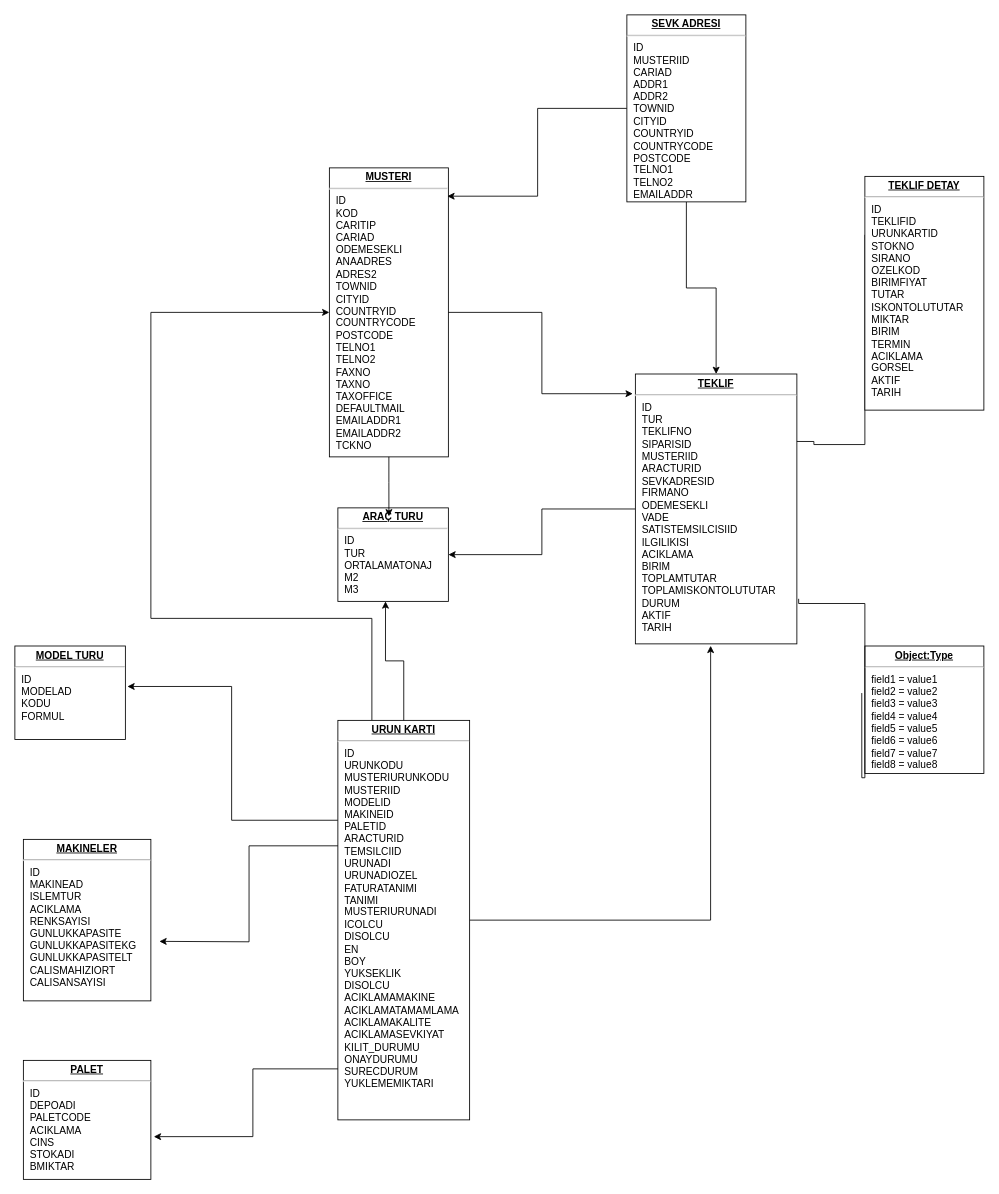
Above: produck_Diagram.drawio in kaya2m/proDuck_ERP (draw.io), before the change. Source tidied: cells renumbered, new cells numbered last; positions are measured from the earlier drawing's top-left corner, leaving out a move shared by most shapes. Both pictures are drawn from the tidied source at 85%, with x=0, y=0 at pixel (14, 14).
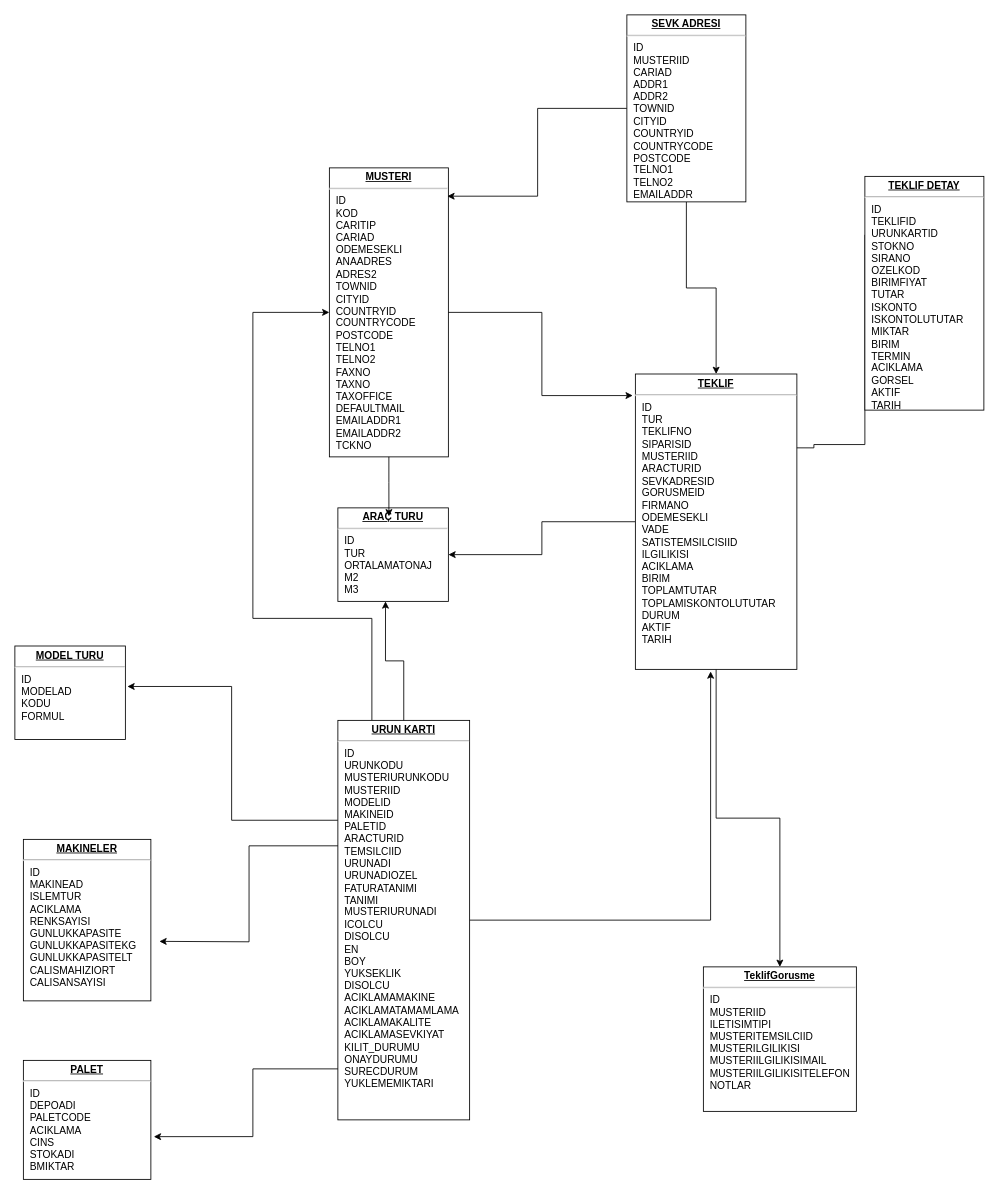
The same diagram, later.

The change refers to these unchanged cells:
```xml
<mxCell id="7" value="&lt;p style=&quot;margin: 0px ; margin-top: 4px ; text-align: center ; text-decoration: underline&quot;&gt;&lt;b&gt;MUSTERI&lt;/b&gt;&lt;/p&gt;&lt;hr&gt;&lt;p style=&quot;margin: 0px ; margin-left: 8px&quot;&gt;ID&lt;br&gt;KOD&lt;br&gt;CARITIP&lt;/p&gt;&lt;p style=&quot;margin: 0px ; margin-left: 8px&quot;&gt;CARIAD&lt;/p&gt;&lt;p style=&quot;margin: 0px ; margin-left: 8px&quot;&gt;ODEMESEKLI&lt;br&gt;&lt;/p&gt;&lt;p style=&quot;margin: 0px ; margin-left: 8px&quot;&gt;ANAADRES&lt;br&gt;&lt;/p&gt;&lt;p style=&quot;margin: 0px ; margin-left: 8px&quot;&gt;ADRES2&lt;br&gt;&lt;/p&gt;&lt;p style=&quot;margin: 0px ; margin-left: 8px&quot;&gt;TOWNID&lt;/p&gt;&lt;p style=&quot;margin: 0px ; margin-left: 8px&quot;&gt;CITYID&lt;/p&gt;&lt;p style=&quot;margin: 0px ; margin-left: 8px&quot;&gt;COUNTRYID&lt;/p&gt;&lt;p style=&quot;margin: 0px ; margin-left: 8px&quot;&gt;COUNTRYCODE&lt;/p&gt;&lt;p style=&quot;margin: 0px ; margin-left: 8px&quot;&gt;POSTCODE&lt;/p&gt;&lt;p style=&quot;margin: 0px ; margin-left: 8px&quot;&gt;TELNO1&lt;/p&gt;&lt;p style=&quot;margin: 0px ; margin-left: 8px&quot;&gt;TELNO2&lt;/p&gt;&lt;p style=&quot;margin: 0px ; margin-left: 8px&quot;&gt;FAXNO&lt;/p&gt;&lt;p style=&quot;margin: 0px ; margin-left: 8px&quot;&gt;TAXNO&lt;/p&gt;&lt;p style=&quot;margin: 0px ; margin-left: 8px&quot;&gt;TAXOFFICE&lt;/p&gt;&lt;p style=&quot;margin: 0px ; margin-left: 8px&quot;&gt;DEFAULTMAIL&lt;/p&gt;&lt;p style=&quot;margin: 0px ; margin-left: 8px&quot;&gt;EMAILADDR1&lt;/p&gt;&lt;p style=&quot;margin: 0px ; margin-left: 8px&quot;&gt;EMAILADDR2&lt;/p&gt;&lt;p style=&quot;margin: 0px ; margin-left: 8px&quot;&gt;TCKNO&lt;/p&gt;&lt;p style=&quot;margin: 0px ; margin-left: 8px&quot;&gt;&lt;br&gt;&lt;/p&gt;" style="verticalAlign=top;align=left;overflow=fill;fontSize=12;fontFamily=Helvetica;html=1;rounded=0;shadow=0;comic=0;labelBackgroundColor=none;strokeWidth=1;" parent="1" vertex="1">
  <mxGeometry x="370" y="180" width="140" height="340" as="geometry" />
</mxCell>
<mxCell id="19" value="&lt;p style=&quot;margin: 0px ; margin-top: 4px ; text-align: center ; text-decoration: underline&quot;&gt;&lt;b&gt;URUN KARTI&lt;/b&gt;&lt;/p&gt;&lt;hr&gt;&lt;p style=&quot;margin: 0px ; margin-left: 8px&quot;&gt;ID&lt;/p&gt;&lt;p style=&quot;margin: 0px ; margin-left: 8px&quot;&gt;URUNKODU&lt;/p&gt;&lt;p style=&quot;margin: 0px ; margin-left: 8px&quot;&gt;MUSTERIURUNKODU&lt;/p&gt;&lt;p style=&quot;margin: 0px ; margin-left: 8px&quot;&gt;MUSTERIID&lt;/p&gt;&lt;p style=&quot;margin: 0px ; margin-left: 8px&quot;&gt;MODELID&lt;/p&gt;&lt;p style=&quot;margin: 0px ; margin-left: 8px&quot;&gt;MAKINEID&lt;/p&gt;&lt;p style=&quot;margin: 0px ; margin-left: 8px&quot;&gt;PALETID&lt;/p&gt;&lt;p style=&quot;margin: 0px ; margin-left: 8px&quot;&gt;ARACTURID&lt;/p&gt;&lt;p style=&quot;margin: 0px ; margin-left: 8px&quot;&gt;TEMSILCIID&lt;/p&gt;&lt;p style=&quot;margin: 0px ; margin-left: 8px&quot;&gt;URUNADI&lt;/p&gt;&lt;p style=&quot;margin: 0px ; margin-left: 8px&quot;&gt;URUNADIOZEL&lt;/p&gt;&lt;p style=&quot;margin: 0px ; margin-left: 8px&quot;&gt;FATURATANIMI&lt;/p&gt;&lt;p style=&quot;margin: 0px ; margin-left: 8px&quot;&gt;TANIMI&lt;/p&gt;&lt;p style=&quot;margin: 0px ; margin-left: 8px&quot;&gt;MUSTERIURUNADI&lt;/p&gt;&lt;p style=&quot;margin: 0px ; margin-left: 8px&quot;&gt;ICOLCU&lt;/p&gt;&lt;p style=&quot;margin: 0px ; margin-left: 8px&quot;&gt;DISOLCU&lt;/p&gt;&lt;p style=&quot;margin: 0px ; margin-left: 8px&quot;&gt;EN&lt;/p&gt;&lt;p style=&quot;margin: 0px ; margin-left: 8px&quot;&gt;BOY&lt;/p&gt;&lt;p style=&quot;margin: 0px ; margin-left: 8px&quot;&gt;YUKSEKLIK&lt;/p&gt;&lt;p style=&quot;margin: 0px ; margin-left: 8px&quot;&gt;DISOLCU&lt;/p&gt;&lt;p style=&quot;margin: 0px ; margin-left: 8px&quot;&gt;ACIKLAMAMAKINE&lt;/p&gt;&lt;p style=&quot;margin: 0px ; margin-left: 8px&quot;&gt;ACIKLAMATAMAMLAMA&lt;/p&gt;&lt;p style=&quot;margin: 0px ; margin-left: 8px&quot;&gt;ACIKLAMAKALITE&lt;/p&gt;&lt;p style=&quot;margin: 0px ; margin-left: 8px&quot;&gt;ACIKLAMASEVKIYAT&lt;/p&gt;&lt;p style=&quot;margin: 0px ; margin-left: 8px&quot;&gt;KILIT_DURUMU&lt;/p&gt;&lt;p style=&quot;margin: 0px ; margin-left: 8px&quot;&gt;ONAYDURUMU&lt;/p&gt;&lt;p style=&quot;margin: 0px ; margin-left: 8px&quot;&gt;SURECDURUM&lt;/p&gt;&lt;p style=&quot;margin: 0px ; margin-left: 8px&quot;&gt;YUKLEMEMIKTARI&lt;/p&gt;&lt;p style=&quot;margin: 0px ; margin-left: 8px&quot;&gt;&lt;/p&gt;" style="verticalAlign=top;align=left;overflow=fill;fontSize=12;fontFamily=Helvetica;html=1;rounded=0;shadow=0;comic=0;labelBackgroundColor=none;strokeWidth=1;" parent="1" vertex="1">
  <mxGeometry x="380" y="830" width="155" height="470" as="geometry" />
</mxCell>
```

What changed in the source:
```diff
@@
+    <mxCell id="25" style="edgeStyle=orthogonalEdgeStyle;rounded=0;jettySize=auto;html=1;entryX=0.5;entryY=0;entryDx=0;entryDy=0;" parent="1" edge="1" source="3" target="4">
+      <mxGeometry relative="1" as="geometry" />
+    </mxCell>
-    <mxCell id="3" value="&lt;p style=&quot;margin: 0px ; margin-top: 4px ; text-align: center ; text-decoration: underline&quot;&gt;&lt;b&gt;TEKLIF&lt;/b&gt;&lt;/p&gt;&lt;hr&gt;&lt;p style=&quot;margin: 0px ; margin-left: 8px&quot;&gt;ID&lt;/p&gt;&lt;p style=&quot;margin: 0px ; margin-left: 8px&quot;&gt;TUR&lt;/p&gt;&lt;p style=&quot;margin: 0px ; margin-left: 8px&quot;&gt;TEKLIFNO&lt;/p&gt;&lt;p style=&quot;margin: 0px ; margin-left: 8px&quot;&gt;SIPARISID&lt;/p&gt;&lt;p style=&quot;margin: 0px ; margin-left: 8px&quot;&gt;MUSTERIID&lt;/p&gt;&lt;p style=&quot;margin: 0px ; margin-left: 8px&quot;&gt;ARACTURID&lt;/p&gt;&lt;p style=&quot;margin: 0px ; margin-left: 8px&quot;&gt;SEVKADRESID&lt;/p&gt;&lt;p style=&quot;margin: 0px ; margin-left: 8px&quot;&gt;FIRMANO&lt;/p&gt;&lt;p style=&quot;margin: 0px ; margin-left: 8px&quot;&gt;ODEMESEKLI&lt;/p&gt;&lt;p style=&quot;margin: 0px ; margin-left: 8px&quot;&gt;VADE&lt;/p&gt;&lt;p style=&quot;margin: 0px ; margin-left: 8px&quot;&gt;SATISTEMSILCISIID&lt;/p&gt;&lt;p style=&quot;margin: 0px ; margin-left: 8px&quot;&gt;ILGILIKISI&lt;/p&gt;&lt;p style=&quot;margin: 0px ; margin-left: 8px&quot;&gt;ACIKLAMA&lt;/p&gt;&lt;p style=&quot;margin: 0px ; margin-left: 8px&quot;&gt;BIRIM&lt;/p&gt;&lt;p style=&quot;margin: 0px ; margin-left: 8px&quot;&gt;TOPLAMTUTAR&lt;/p&gt;&lt;p style=&quot;margin: 0px ; margin-left: 8px&quot;&gt;TOPLAMISKONTOLUTUTAR&lt;/p&gt;&lt;p style=&quot;margin: 0px ; margin-left: 8px&quot;&gt;DURUM&lt;/p&gt;&lt;p style=&quot;margin: 0px ; margin-left: 8px&quot;&gt;AKTIF&lt;/p&gt;&lt;p style=&quot;margin: 0px ; margin-left: 8px&quot;&gt;TARIH&lt;/p&gt;&lt;p style=&quot;margin: 0px ; margin-left: 8px&quot;&gt;&lt;/p&gt;" style="verticalAlign=top;align=left;overflow=fill;fontSize=12;fontFamily=Helvetica;html=1;rounded=0;shadow=0;comic=0;labelBackgroundColor=none;strokeWidth=1;" parent="1" vertex="1">
-      <mxGeometry x="730" y="422.5" width="190" height="317.5" as="geometry" />
+    <mxCell id="3" value="&lt;p style=&quot;margin: 0px ; margin-top: 4px ; text-align: center ; text-decoration: underline&quot;&gt;&lt;b&gt;TEKLIF&lt;/b&gt;&lt;/p&gt;&lt;hr&gt;&lt;p style=&quot;margin: 0px ; margin-left: 8px&quot;&gt;ID&lt;/p&gt;&lt;p style=&quot;margin: 0px ; margin-left: 8px&quot;&gt;TUR&lt;/p&gt;&lt;p style=&quot;margin: 0px ; margin-left: 8px&quot;&gt;TEKLIFNO&lt;/p&gt;&lt;p style=&quot;margin: 0px ; margin-left: 8px&quot;&gt;SIPARISID&lt;/p&gt;&lt;p style=&quot;margin: 0px ; margin-left: 8px&quot;&gt;MUSTERIID&lt;/p&gt;&lt;p style=&quot;margin: 0px ; margin-left: 8px&quot;&gt;ARACTURID&lt;/p&gt;&lt;p style=&quot;margin: 0px ; margin-left: 8px&quot;&gt;SEVKADRESID&lt;/p&gt;&lt;p style=&quot;margin: 0px ; margin-left: 8px&quot;&gt;GORUSMEID&lt;/p&gt;&lt;p style=&quot;margin: 0px ; margin-left: 8px&quot;&gt;FIRMANO&lt;/p&gt;&lt;p style=&quot;margin: 0px ; margin-left: 8px&quot;&gt;ODEMESEKLI&lt;/p&gt;&lt;p style=&quot;margin: 0px ; margin-left: 8px&quot;&gt;VADE&lt;/p&gt;&lt;p style=&quot;margin: 0px ; margin-left: 8px&quot;&gt;SATISTEMSILCISIID&lt;/p&gt;&lt;p style=&quot;margin: 0px ; margin-left: 8px&quot;&gt;ILGILIKISI&lt;/p&gt;&lt;p style=&quot;margin: 0px ; margin-left: 8px&quot;&gt;ACIKLAMA&lt;/p&gt;&lt;p style=&quot;margin: 0px ; margin-left: 8px&quot;&gt;BIRIM&lt;/p&gt;&lt;p style=&quot;margin: 0px ; margin-left: 8px&quot;&gt;TOPLAMTUTAR&lt;/p&gt;&lt;p style=&quot;margin: 0px ; margin-left: 8px&quot;&gt;TOPLAMISKONTOLUTUTAR&lt;/p&gt;&lt;p style=&quot;margin: 0px ; margin-left: 8px&quot;&gt;DURUM&lt;/p&gt;&lt;p style=&quot;margin: 0px ; margin-left: 8px&quot;&gt;AKTIF&lt;/p&gt;&lt;p style=&quot;margin: 0px ; margin-left: 8px&quot;&gt;TARIH&lt;/p&gt;&lt;p style=&quot;margin: 0px ; margin-left: 8px&quot;&gt;&lt;/p&gt;" style="verticalAlign=top;align=left;overflow=fill;fontSize=12;fontFamily=Helvetica;html=1;rounded=0;shadow=0;comic=0;labelBackgroundColor=none;strokeWidth=1;" parent="1" vertex="1">
+      <mxGeometry x="730" y="422.5" width="190" height="347.5" as="geometry" />
     </mxCell>
-    <mxCell id="4" value="&lt;p style=&quot;margin: 0px ; margin-top: 4px ; text-align: center ; text-decoration: underline&quot;&gt;&lt;b&gt;Object:Type&lt;/b&gt;&lt;/p&gt;&lt;hr&gt;&lt;p style=&quot;margin: 0px ; margin-left: 8px&quot;&gt;field1 = value1&lt;br&gt;field2 = value2&lt;br&gt;field3 = value3&lt;/p&gt;&lt;p style=&quot;margin: 0px ; margin-left: 8px&quot;&gt;field4 = value4&lt;br&gt;&lt;/p&gt;&lt;p style=&quot;margin: 0px ; margin-left: 8px&quot;&gt;field5 = value5&lt;br&gt;&lt;/p&gt;&lt;p style=&quot;margin: 0px ; margin-left: 8px&quot;&gt;field6 = value6&lt;br&gt;&lt;/p&gt;&lt;p style=&quot;margin: 0px ; margin-left: 8px&quot;&gt;field7 = value7&lt;br&gt;&lt;/p&gt;&lt;p style=&quot;margin: 0px ; margin-left: 8px&quot;&gt;field8 = value8&lt;/p&gt;" style="verticalAlign=top;align=left;overflow=fill;fontSize=12;fontFamily=Helvetica;html=1;rounded=0;shadow=0;comic=0;labelBackgroundColor=none;strokeWidth=1;" parent="1" vertex="1">
-      <mxGeometry x="1000" y="742.5" width="140" height="150" as="geometry" />
+    <mxCell id="4" value="&lt;p style=&quot;margin: 0px ; margin-top: 4px ; text-align: center ; text-decoration: underline&quot;&gt;&lt;b&gt;TeklifGorusme&lt;/b&gt;&lt;/p&gt;&lt;hr&gt;&lt;p style=&quot;margin: 0px ; margin-left: 8px&quot;&gt;ID&lt;/p&gt;&lt;p style=&quot;margin: 0px ; margin-left: 8px&quot;&gt;MUSTERIID&lt;/p&gt;&lt;p style=&quot;margin: 0px ; margin-left: 8px&quot;&gt;ILETISIMTIPI&lt;/p&gt;&lt;p style=&quot;margin: 0px ; margin-left: 8px&quot;&gt;MUSTERITEMSILCIID&lt;/p&gt;&lt;p style=&quot;margin: 0px ; margin-left: 8px&quot;&gt;MUSTERILGILIKISI&lt;/p&gt;&lt;p style=&quot;margin: 0px ; margin-left: 8px&quot;&gt;MUSTERIILGILIKISIMAIL&lt;/p&gt;&lt;p style=&quot;margin: 0px ; margin-left: 8px&quot;&gt;MUSTERIILGILIKISITELEFON&lt;/p&gt;&lt;p style=&quot;margin: 0px ; margin-left: 8px&quot;&gt;NOTLAR&lt;/p&gt;&lt;p style=&quot;margin: 0px ; margin-left: 8px&quot;&gt;&lt;br&gt;&lt;/p&gt;" style="verticalAlign=top;align=left;overflow=fill;fontSize=12;fontFamily=Helvetica;html=1;rounded=0;shadow=0;comic=0;labelBackgroundColor=none;strokeWidth=1;" parent="1" vertex="1">
+      <mxGeometry x="810" y="1120" width="180" height="170" as="geometry" />
     </mxCell>
@@
-    <mxCell id="6" value="&lt;p style=&quot;margin: 0px ; margin-top: 4px ; text-align: center ; text-decoration: underline&quot;&gt;&lt;b&gt;TEKLIF DETAY&lt;/b&gt;&lt;/p&gt;&lt;hr&gt;&lt;p style=&quot;margin: 0px ; margin-left: 8px&quot;&gt;ID&lt;br&gt;TEKLIFID&lt;/p&gt;&lt;p style=&quot;margin: 0px ; margin-left: 8px&quot;&gt;URUNKARTID&lt;/p&gt;&lt;p style=&quot;margin: 0px ; margin-left: 8px&quot;&gt;STOKNO&lt;/p&gt;&lt;p style=&quot;margin: 0px ; margin-left: 8px&quot;&gt;&lt;span style=&quot;background-color: initial;&quot;&gt;SIRANO&lt;/span&gt;&lt;/p&gt;&lt;p style=&quot;margin: 0px ; margin-left: 8px&quot;&gt;&lt;span style=&quot;background-color: initial;&quot;&gt;OZELKOD&lt;/span&gt;&lt;br&gt;&lt;/p&gt;&lt;p style=&quot;margin: 0px ; margin-left: 8px&quot;&gt;&lt;span style=&quot;background-color: initial;&quot;&gt;BIRIMFIYAT&lt;/span&gt;&lt;/p&gt;&lt;p style=&quot;margin: 0px ; margin-left: 8px&quot;&gt;TUTAR&lt;br&gt;&lt;/p&gt;&lt;p style=&quot;margin: 0px ; margin-left: 8px&quot;&gt;ISKONTOLUTUTAR&lt;/p&gt;&lt;p style=&quot;margin: 0px ; margin-left: 8px&quot;&gt;MIKTAR&lt;/p&gt;&lt;p style=&quot;margin: 0px ; margin-left: 8px&quot;&gt;BIRIM&lt;/p&gt;&lt;p style=&quot;margin: 0px ; margin-left: 8px&quot;&gt;TERMIN&lt;/p&gt;&lt;p style=&quot;margin: 0px ; margin-left: 8px&quot;&gt;ACIKLAMA&lt;/p&gt;&lt;p style=&quot;margin: 0px ; margin-left: 8px&quot;&gt;GORSEL&lt;/p&gt;&lt;p style=&quot;margin: 0px ; margin-left: 8px&quot;&gt;AKTIF&lt;/p&gt;&lt;p style=&quot;margin: 0px ; margin-left: 8px&quot;&gt;TARIH&lt;/p&gt;" style="verticalAlign=top;align=left;overflow=fill;fontSize=12;fontFamily=Helvetica;html=1;rounded=0;shadow=0;comic=0;labelBackgroundColor=none;strokeWidth=1;" parent="1" vertex="1">
+    <mxCell id="6" value="&lt;p style=&quot;margin: 0px ; margin-top: 4px ; text-align: center ; text-decoration: underline&quot;&gt;&lt;b&gt;TEKLIF DETAY&lt;/b&gt;&lt;/p&gt;&lt;hr&gt;&lt;p style=&quot;margin: 0px ; margin-left: 8px&quot;&gt;ID&lt;br&gt;TEKLIFID&lt;/p&gt;&lt;p style=&quot;margin: 0px ; margin-left: 8px&quot;&gt;URUNKARTID&lt;/p&gt;&lt;p style=&quot;margin: 0px ; margin-left: 8px&quot;&gt;STOKNO&lt;/p&gt;&lt;p style=&quot;margin: 0px ; margin-left: 8px&quot;&gt;&lt;span style=&quot;background-color: initial;&quot;&gt;SIRANO&lt;/span&gt;&lt;/p&gt;&lt;p style=&quot;margin: 0px ; margin-left: 8px&quot;&gt;&lt;span style=&quot;background-color: initial;&quot;&gt;OZELKOD&lt;/span&gt;&lt;br&gt;&lt;/p&gt;&lt;p style=&quot;margin: 0px ; margin-left: 8px&quot;&gt;&lt;span style=&quot;background-color: initial;&quot;&gt;BIRIMFIYAT&lt;/span&gt;&lt;/p&gt;&lt;p style=&quot;margin: 0px ; margin-left: 8px&quot;&gt;TUTAR&lt;br&gt;&lt;/p&gt;&lt;p style=&quot;margin: 0px ; margin-left: 8px&quot;&gt;ISKONTO&lt;/p&gt;&lt;p style=&quot;margin: 0px ; margin-left: 8px&quot;&gt;ISKONTOLUTUTAR&lt;/p&gt;&lt;p style=&quot;margin: 0px ; margin-left: 8px&quot;&gt;MIKTAR&lt;/p&gt;&lt;p style=&quot;margin: 0px ; margin-left: 8px&quot;&gt;BIRIM&lt;/p&gt;&lt;p style=&quot;margin: 0px ; margin-left: 8px&quot;&gt;TERMIN&lt;/p&gt;&lt;p style=&quot;margin: 0px ; margin-left: 8px&quot;&gt;ACIKLAMA&lt;/p&gt;&lt;p style=&quot;margin: 0px ; margin-left: 8px&quot;&gt;GORSEL&lt;/p&gt;&lt;p style=&quot;margin: 0px ; margin-left: 8px&quot;&gt;AKTIF&lt;/p&gt;&lt;p style=&quot;margin: 0px ; margin-left: 8px&quot;&gt;TARIH&lt;/p&gt;" style="verticalAlign=top;align=left;overflow=fill;fontSize=12;fontFamily=Helvetica;html=1;rounded=0;shadow=0;comic=0;labelBackgroundColor=none;strokeWidth=1;" parent="1" vertex="1">
       <mxGeometry x="1000" y="190" width="140" height="275" as="geometry" />
     </mxCell>
@@
-    <mxCell id="8" style="edgeStyle=orthogonalEdgeStyle;rounded=0;html=1;exitX=-0.026;exitY=0.369;entryX=1.011;entryY=0.833;labelBackgroundColor=none;endArrow=none;endFill=0;endSize=8;fontFamily=Verdana;fontSize=12;align=left;entryDx=0;entryDy=0;entryPerimeter=0;exitDx=0;exitDy=0;exitPerimeter=0;" parent="1" edge="1" source="4" target="3">
-      <mxGeometry relative="1" as="geometry">
-        <Array as="points">
-          <mxPoint x="1000" y="897.5" />
-          <mxPoint x="1000" y="692.5" />
-          <mxPoint x="922" y="692.5" />
-        </Array>
-      </mxGeometry>
-    </mxCell>
@@
     <mxCell id="15" style="edgeStyle=orthogonalEdgeStyle;rounded=0;jettySize=auto;html=1;entryX=0.466;entryY=1.007;entryDx=0;entryDy=0;entryPerimeter=0;" parent="1" edge="1" source="19" target="3">
-      <mxGeometry relative="1" as="geometry" />
+      <mxGeometry relative="1" as="geometry">
+        <Array as="points">
+          <mxPoint x="818" y="1065" />
+        </Array>
+      </mxGeometry>
     </mxCell>
     <mxCell id="16" style="edgeStyle=orthogonalEdgeStyle;rounded=0;jettySize=auto;html=1;entryX=0;entryY=0.5;entryDx=0;entryDy=0;" parent="1" edge="1" source="19" target="7">
       <mxGeometry relative="1" as="geometry">
         <Array as="points">
           <mxPoint x="420" y="710" />
-          <mxPoint x="160" y="710" />
-          <mxPoint x="160" y="350" />
+          <mxPoint x="280" y="710" />
+          <mxPoint x="280" y="350" />
         </Array>
       </mxGeometry>
     </mxCell>
```
